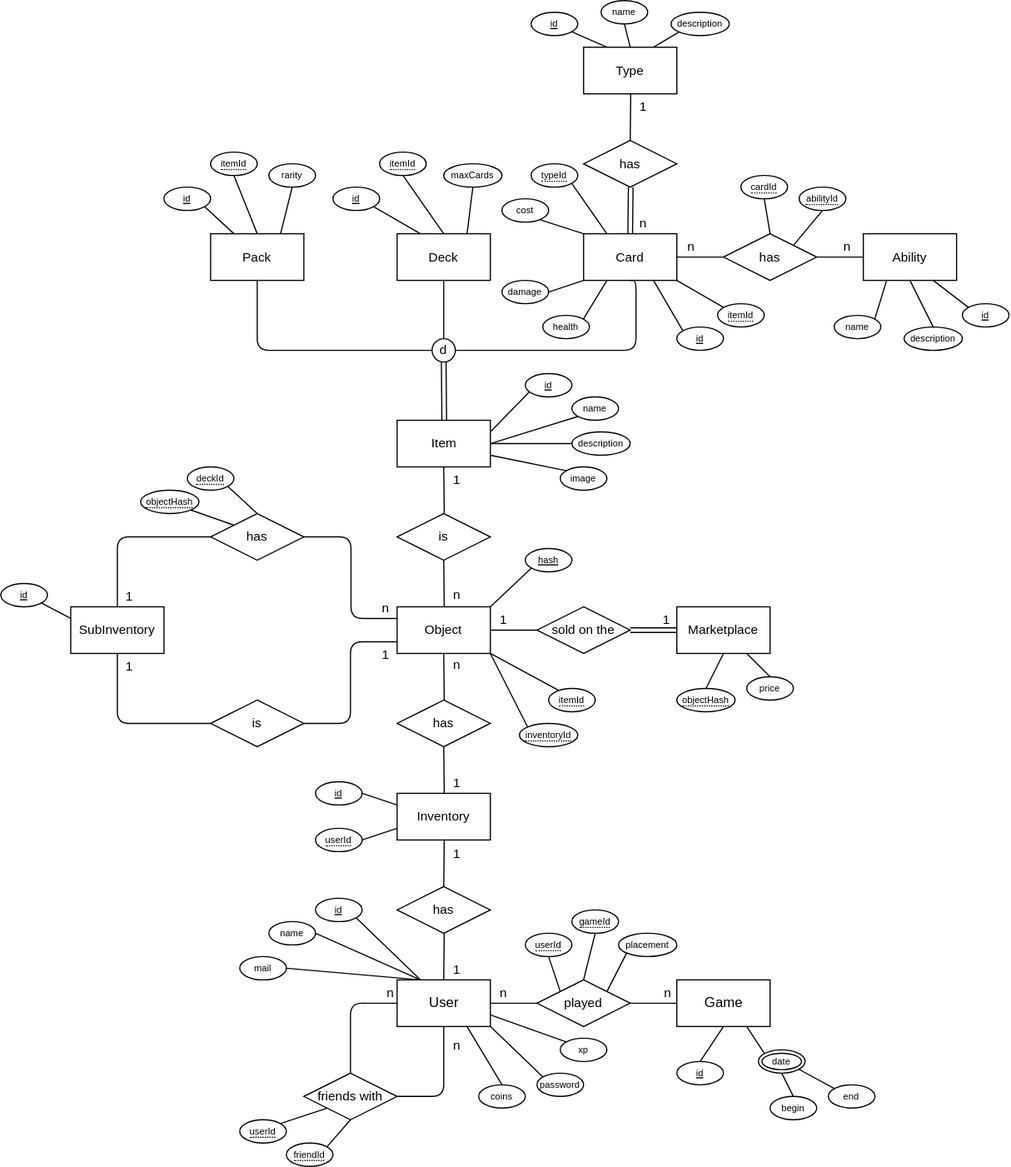
The draw.io diagram diagrams/database/EER.drawio.svg in i3ene/decksterous, before a commit. Source tidied: cells renumbered, new cells last; positions are measured from the earlier drawing's top-left corner, leaving out a move shared by most shapes.
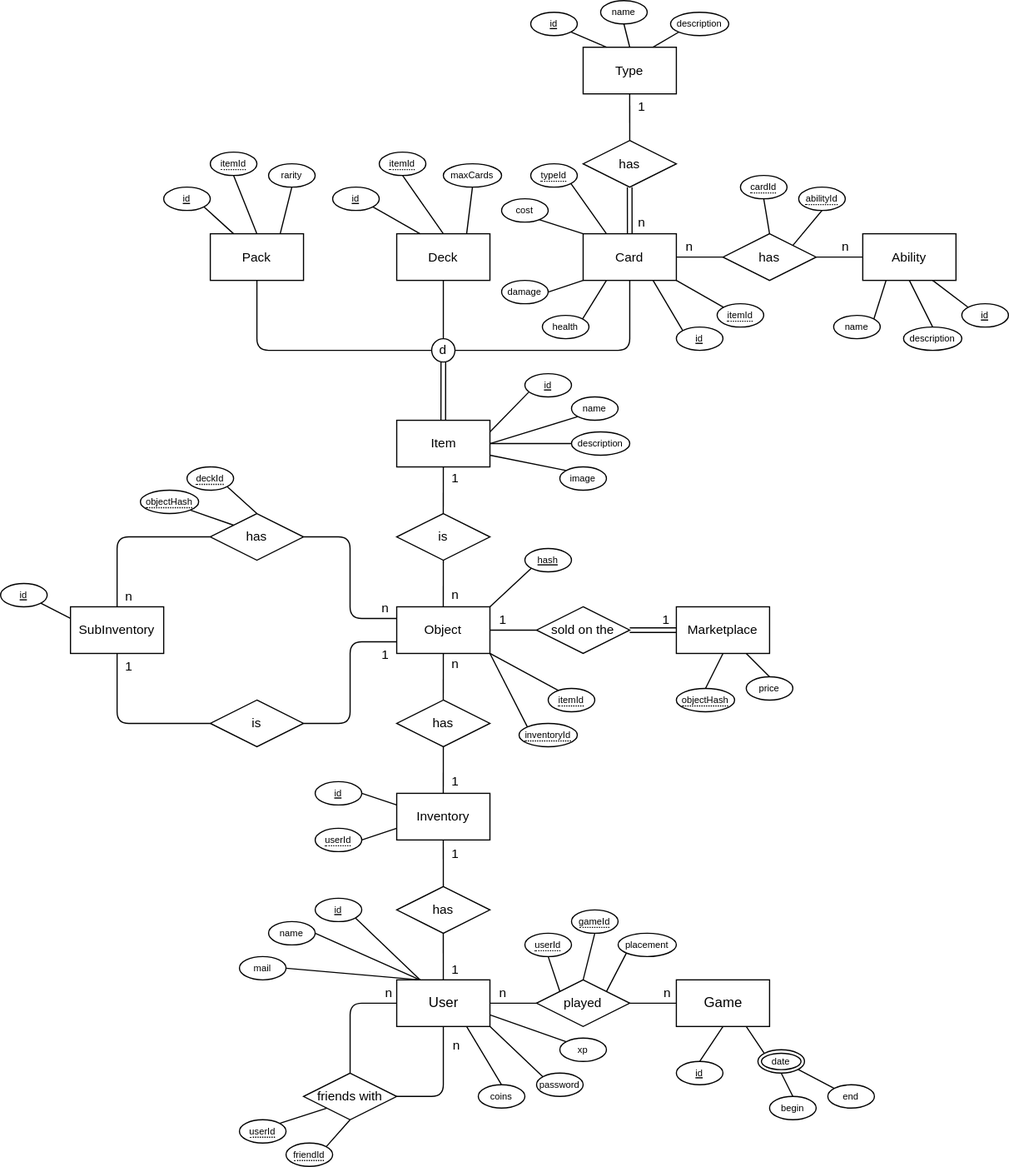
The same diagram one commit later.

Commit message:
fixed entity cardinal on EER

Diff of the diagram source:
```diff
@@ -77,7 +77,7 @@
     <mxCell id="18" style="edgeStyle=elbowEdgeStyle;html=1;exitX=1;exitY=0.5;exitDx=0;exitDy=0;entryX=0.5;entryY=1;entryDx=0;entryDy=0;fontSize=11;endArrow=none;endFill=0;" parent="1" edge="1" source="19" target="45">
       <mxGeometry relative="1" as="geometry">
         <Array as="points">
-          <mxPoint x="545" y="270" />
+          <mxPoint x="540" y="270" />
           <mxPoint x="500" y="270" />
         </Array>
       </mxGeometry>
@@ -507,7 +507,7 @@
         </Array>
       </mxGeometry>
     </mxCell>
-    <mxCell id="150" value="1" style="edgeLabel;html=1;align=center;verticalAlign=middle;" parent="149" vertex="1">
+    <mxCell id="150" value="n" style="edgeLabel;html=1;align=center;verticalAlign=middle;" parent="149" vertex="1">
       <mxGeometry x="-0.51" relative="1" as="geometry">
         <mxPoint x="-36" y="50" as="offset" />
       </mxGeometry>
```
